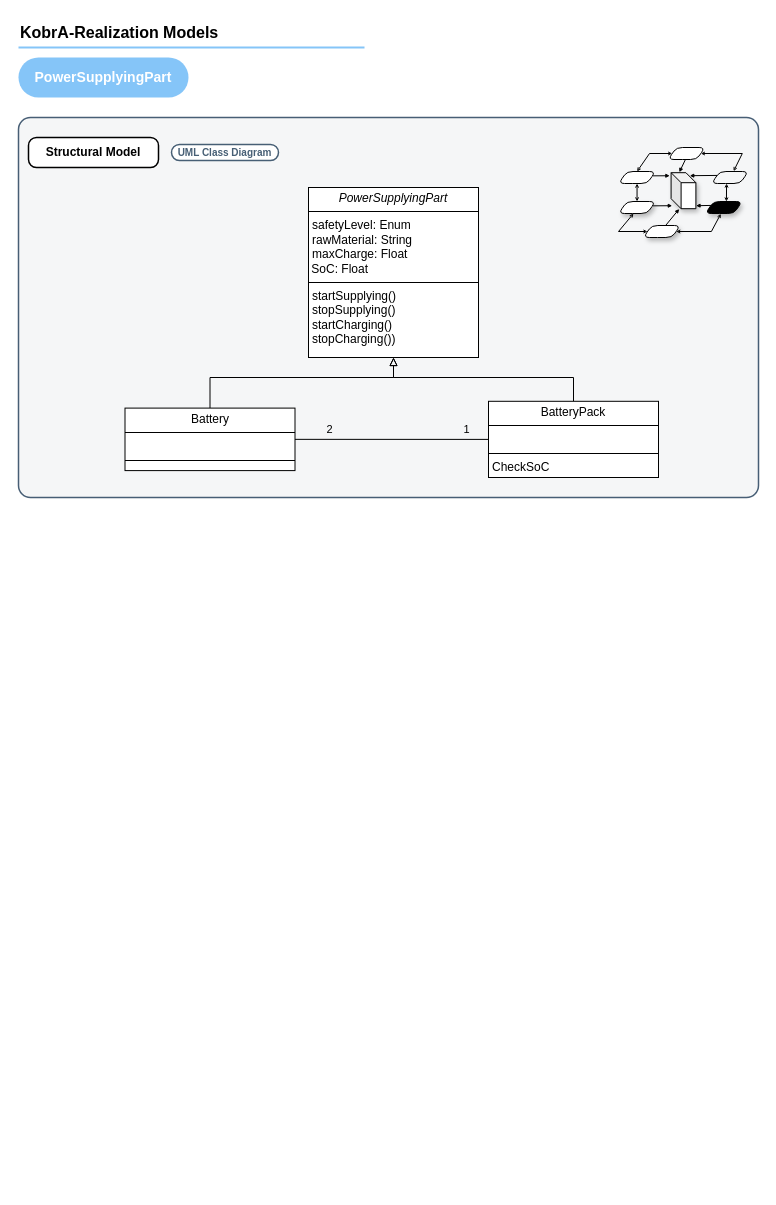
Mohammad-Si/convide-A02-MVE keeps this draw.io diagram as KobrA-Realization-Models-PowerSupplyingPart-v3.drawio. Above is the earlier version. Source tidied: cells renumbered, new cells numbered last; positions are measured from the earlier drawing's top-left corner, leaving out a move shared by most shapes. Both pictures are drawn from the tidied source at 100%, with x=0, y=0 at pixel (18, 17).
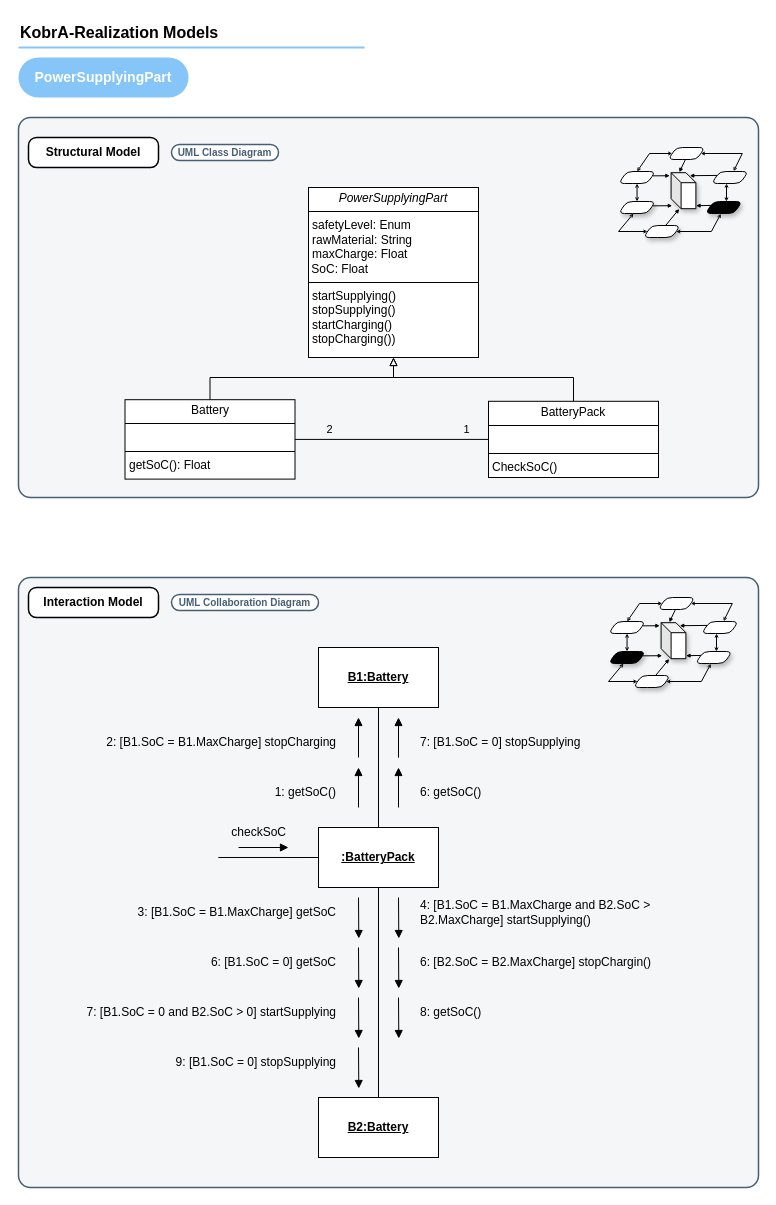
After the change.

Diff of the diagram source:
```diff
@@
-    <mxCell id="34" value="&lt;p style=&quot;margin:0px;margin-top:4px;text-align:center;&quot;&gt;&lt;span style=&quot;background-color: transparent; color: light-dark(rgb(0, 0, 0), rgb(255, 255, 255));&quot;&gt;BatteryPack&lt;/span&gt;&lt;/p&gt;&lt;hr size=&quot;1&quot; style=&quot;border-style:solid;&quot;&gt;&lt;p style=&quot;margin: 0px 0px 0px 4px;&quot;&gt;&lt;br&gt;&lt;/p&gt;&lt;hr style=&quot;border-style: solid;&quot; size=&quot;1&quot;&gt;&lt;p style=&quot;margin: 0px 0px 0px 4px;&quot;&gt;&lt;span style=&quot;background-color: transparent; color: light-dark(rgb(0, 0, 0), rgb(255, 255, 255));&quot;&gt;CheckSoC&lt;/span&gt;&lt;/p&gt;" style="verticalAlign=top;align=left;overflow=fill;html=1;whiteSpace=wrap;rounded=0;" parent="1" vertex="1">
+    <mxCell id="34" value="&lt;p style=&quot;margin:0px;margin-top:4px;text-align:center;&quot;&gt;&lt;span style=&quot;background-color: transparent; color: light-dark(rgb(0, 0, 0), rgb(255, 255, 255));&quot;&gt;BatteryPack&lt;/span&gt;&lt;/p&gt;&lt;hr size=&quot;1&quot; style=&quot;border-style:solid;&quot;&gt;&lt;p style=&quot;margin: 0px 0px 0px 4px;&quot;&gt;&lt;br&gt;&lt;/p&gt;&lt;hr style=&quot;border-style: solid;&quot; size=&quot;1&quot;&gt;&lt;p style=&quot;margin: 0px 0px 0px 4px;&quot;&gt;&lt;span style=&quot;background-color: transparent; color: light-dark(rgb(0, 0, 0), rgb(255, 255, 255));&quot;&gt;CheckSoC()&lt;/span&gt;&lt;/p&gt;" style="verticalAlign=top;align=left;overflow=fill;html=1;whiteSpace=wrap;rounded=0;" parent="1" vertex="1">
       <mxGeometry x="470" y="383.8" width="170" height="76.2" as="geometry" />
     </mxCell>
@@
-    <mxCell id="36" value="&lt;p style=&quot;margin:0px;margin-top:4px;text-align:center;&quot;&gt;Battery&lt;/p&gt;&lt;hr size=&quot;1&quot; style=&quot;border-style:solid;&quot;&gt;&lt;p style=&quot;margin:0px;margin-left:4px;&quot;&gt;&lt;br&gt;&lt;/p&gt;&lt;hr style=&quot;border-style: solid;&quot; size=&quot;1&quot;&gt;&lt;p style=&quot;margin: 0px 0px 0px 4px;&quot;&gt;&lt;br&gt;&lt;/p&gt;" style="verticalAlign=top;align=left;overflow=fill;html=1;whiteSpace=wrap;rounded=0;" parent="1" vertex="1">
-      <mxGeometry x="106.5" y="390.6" width="170" height="62.5" as="geometry" />
+    <mxCell id="36" value="&lt;p style=&quot;margin:0px;margin-top:4px;text-align:center;&quot;&gt;Battery&lt;/p&gt;&lt;hr size=&quot;1&quot; style=&quot;border-style:solid;&quot;&gt;&lt;p style=&quot;margin:0px;margin-left:4px;&quot;&gt;&lt;br&gt;&lt;/p&gt;&lt;hr style=&quot;border-style: solid;&quot; size=&quot;1&quot;&gt;&lt;p style=&quot;margin: 0px 0px 0px 4px;&quot;&gt;getSoC(): Float&lt;/p&gt;" style="verticalAlign=top;align=left;overflow=fill;html=1;whiteSpace=wrap;rounded=0;" parent="1" vertex="1">
+      <mxGeometry x="106.5" y="382.2" width="170" height="79.4" as="geometry" />
     </mxCell>
@@
+    <mxCell id="38" style="rounded=1;whiteSpace=wrap;html=1;strokeColor=#475E75;fillColor=#F5F6F7;arcSize=24;absoluteArcSize=1;imageWidth=64;imageHeight=64;strokeWidth=1.5;" parent="1" vertex="1">
+      <mxGeometry y="560" width="740" height="610" as="geometry" />
+    </mxCell>
+    <mxCell id="39" value="&lt;b&gt;Interaction Model&lt;/b&gt;" style="rounded=1;whiteSpace=wrap;html=1;strokeWidth=1.5;arcSize=16;perimeterSpacing=0;absoluteArcSize=1;" parent="1" vertex="1">
+      <mxGeometry x="10" y="570" width="130" height="30" as="geometry" />
+    </mxCell>
+    <mxCell id="40" style="group;glass=0;shadow=0;" parent="1" vertex="1">
+      <mxGeometry x="590" y="580" width="130" height="90" as="geometry" />
+    </mxCell>
+    <mxCell id="41" style="shape=parallelogram;html=1;strokeWidth=1;perimeter=parallelogramPerimeter;whiteSpace=wrap;rounded=1;arcSize=12;size=0.23;shadow=0;" parent="40" vertex="1">
+      <mxGeometry x="92.9" y="24" width="37.1" height="12" as="geometry" />
+    </mxCell>
+    <mxCell id="42" style="shape=parallelogram;html=1;strokeWidth=1;perimeter=parallelogramPerimeter;whiteSpace=wrap;rounded=1;arcSize=12;size=0.23;shadow=0;" parent="40" vertex="1">
+      <mxGeometry x="49.5" width="37.1" height="12" as="geometry" />
+    </mxCell>
+    <mxCell id="43" style="shape=parallelogram;html=1;strokeWidth=1;perimeter=parallelogramPerimeter;whiteSpace=wrap;rounded=1;arcSize=12;size=0.23;shadow=0;" parent="40" vertex="1">
+      <mxGeometry y="24" width="37.1" height="12" as="geometry" />
+    </mxCell>
+    <mxCell id="44" style="edgeStyle=isometricEdgeStyle;endArrow=none;html=1;elbow=vertical;rounded=0;entryX=1;entryY=0.5;entryDx=0;entryDy=0;exitX=1;exitY=0.5;exitDx=0;exitDy=0;" parent="40" edge="1" source="42" target="42">
+      <mxGeometry relative="1" as="geometry" />
+    </mxCell>
+    <mxCell id="45" style="endArrow=open;html=1;rounded=0;endSize=2;entryX=1;entryY=0.5;entryDx=0;entryDy=0;exitX=0.598;exitY=-0.024;exitDx=0;exitDy=0;exitPerimeter=0;startArrow=open;startFill=0;endFill=0;startSize=2;" parent="40" edge="1" source="41" target="42">
+      <mxGeometry relative="1" as="geometry">
+        <Array as="points">
+          <mxPoint x="123.8" y="6" />
+        </Array>
+      </mxGeometry>
+    </mxCell>
+    <mxCell id="46" style="endArrow=open;html=1;rounded=0;endSize=2;entryX=0;entryY=0.5;entryDx=0;entryDy=0;exitX=0.5;exitY=0;exitDx=0;exitDy=0;strokeColor=default;align=center;verticalAlign=middle;fontFamily=Helvetica;fontSize=11;fontColor=default;labelBackgroundColor=default;startArrow=open;startFill=0;startSize=2;endFill=0;" parent="40" edge="1" source="43" target="42">
+      <mxGeometry relative="1" as="geometry">
+        <Array as="points">
+          <mxPoint x="31" y="6" />
+        </Array>
+      </mxGeometry>
+    </mxCell>
+    <mxCell id="47" style="shape=cube;whiteSpace=wrap;html=1;boundedLbl=1;backgroundOutline=1;darkOpacity=0.05;darkOpacity2=0.1;size=10;shadow=1;" parent="40" vertex="1">
+      <mxGeometry x="52.6" y="25.2" width="24.8" height="36" as="geometry" />
+    </mxCell>
+    <mxCell id="48" style="endArrow=block;html=1;rounded=0;exitX=0.475;exitY=0.969;exitDx=0;exitDy=0;exitPerimeter=0;entryX=0.332;entryY=-0.012;entryDx=0;entryDy=0;entryPerimeter=0;endSize=2;strokeColor=default;align=center;verticalAlign=middle;fontFamily=Helvetica;fontSize=11;fontColor=default;labelBackgroundColor=default;endFill=1;" parent="40" edge="1" source="42" target="47">
+      <mxGeometry relative="1" as="geometry" />
+    </mxCell>
+    <mxCell id="49" style="endArrow=block;html=1;rounded=0;exitX=0;exitY=0.25;exitDx=0;exitDy=0;entryX=0.753;entryY=0.083;entryDx=0;entryDy=0;entryPerimeter=0;endSize=2;strokeColor=default;align=center;verticalAlign=middle;fontFamily=Helvetica;fontSize=11;fontColor=default;labelBackgroundColor=default;endFill=1;" parent="40" edge="1" source="41" target="47">
+      <mxGeometry relative="1" as="geometry" />
+    </mxCell>
+    <mxCell id="50" style="endArrow=block;html=1;rounded=0;exitX=0.93;exitY=0.361;exitDx=0;exitDy=0;entryX=-0.052;entryY=0.085;entryDx=0;entryDy=0;entryPerimeter=0;endSize=2;exitPerimeter=0;endFill=1;" parent="40" edge="1" source="43" target="47">
+      <mxGeometry relative="1" as="geometry" />
+    </mxCell>
+    <mxCell id="51" style="shape=parallelogram;html=1;strokeWidth=1;perimeter=parallelogramPerimeter;whiteSpace=wrap;rounded=1;arcSize=12;size=0.23;shadow=1;fillColor=#FFFFFF;" parent="40" vertex="1">
+      <mxGeometry x="86.7" y="54" width="37.1" height="12" as="geometry" />
+    </mxCell>
+    <mxCell id="52" style="shape=parallelogram;html=1;strokeWidth=1;perimeter=parallelogramPerimeter;whiteSpace=wrap;rounded=1;arcSize=12;size=0.23;shadow=1;" parent="40" vertex="1">
+      <mxGeometry x="24.8" y="78" width="37.1" height="12" as="geometry" />
+    </mxCell>
+    <mxCell id="53" style="shape=parallelogram;html=1;strokeWidth=1;perimeter=parallelogramPerimeter;whiteSpace=wrap;rounded=1;arcSize=12;size=0.23;shadow=1;fillColor=#000000;" parent="40" vertex="1">
+      <mxGeometry y="54" width="37.1" height="12" as="geometry" />
+    </mxCell>
+    <mxCell id="54" style="edgeStyle=isometricEdgeStyle;endArrow=none;html=1;elbow=vertical;rounded=0;entryX=1;entryY=0.5;entryDx=0;entryDy=0;exitX=1;exitY=0.5;exitDx=0;exitDy=0;" parent="40" edge="1" source="52" target="52">
+      <mxGeometry relative="1" as="geometry" />
+    </mxCell>
+    <mxCell id="55" style="endArrow=open;html=1;rounded=0;endSize=2;entryX=1;entryY=0.5;entryDx=0;entryDy=0;exitX=0.421;exitY=1.024;exitDx=0;exitDy=0;exitPerimeter=0;strokeColor=default;align=center;verticalAlign=middle;fontFamily=Helvetica;fontSize=11;fontColor=default;labelBackgroundColor=default;startArrow=open;startFill=0;startSize=2;endFill=0;" parent="40" edge="1" source="51" target="52">
+      <mxGeometry relative="1" as="geometry">
+        <Array as="points">
+          <mxPoint x="92.9" y="84" />
+        </Array>
+      </mxGeometry>
+    </mxCell>
+    <mxCell id="56" style="endArrow=open;html=1;rounded=0;endSize=2;entryX=0;entryY=0.5;entryDx=0;entryDy=0;exitX=0.405;exitY=1.002;exitDx=0;exitDy=0;exitPerimeter=0;strokeColor=default;align=center;verticalAlign=middle;fontFamily=Helvetica;fontSize=11;fontColor=default;labelBackgroundColor=default;startArrow=open;startFill=0;startSize=2;endFill=0;" parent="40" edge="1" source="53" target="52">
+      <mxGeometry relative="1" as="geometry">
+        <Array as="points">
+          <mxPoint y="84" />
+        </Array>
+      </mxGeometry>
+    </mxCell>
+    <mxCell id="57" style="endArrow=block;html=1;rounded=0;exitX=0.605;exitY=-0.013;exitDx=0;exitDy=0;exitPerimeter=0;entryX=0.326;entryY=1.008;entryDx=0;entryDy=0;entryPerimeter=0;endSize=2;strokeColor=default;align=center;verticalAlign=middle;fontFamily=Helvetica;fontSize=11;fontColor=default;labelBackgroundColor=default;endFill=1;" parent="40" edge="1" source="52" target="47">
+      <mxGeometry relative="1" as="geometry" />
+    </mxCell>
+    <mxCell id="58" style="endArrow=block;html=1;rounded=0;exitX=0;exitY=0.25;exitDx=0;exitDy=0;endSize=2;entryX=1.006;entryY=0.917;entryDx=0;entryDy=0;entryPerimeter=0;strokeColor=default;align=center;verticalAlign=middle;fontFamily=Helvetica;fontSize=11;fontColor=default;labelBackgroundColor=default;endFill=1;" parent="40" edge="1" source="51" target="47">
+      <mxGeometry relative="1" as="geometry" />
+    </mxCell>
+    <mxCell id="59" style="endArrow=block;html=1;rounded=0;exitX=0.93;exitY=0.361;exitDx=0;exitDy=0;entryX=0.047;entryY=0.917;entryDx=0;entryDy=0;entryPerimeter=0;endSize=2;exitPerimeter=0;strokeColor=default;align=center;verticalAlign=middle;fontFamily=Helvetica;fontSize=11;fontColor=default;labelBackgroundColor=default;endFill=1;" parent="40" edge="1" source="53" target="47">
+      <mxGeometry relative="1" as="geometry" />
+    </mxCell>
+    <mxCell id="60" style="endArrow=open;startArrow=open;html=1;rounded=0;entryX=0.5;entryY=1;entryDx=0;entryDy=0;exitX=0.5;exitY=0;exitDx=0;exitDy=0;endSize=2;startSize=2;startFill=0;endFill=0;" parent="40" edge="1" source="53" target="43">
+      <mxGeometry relative="1" as="geometry" />
+    </mxCell>
+    <mxCell id="61" style="endArrow=open;startArrow=open;html=1;rounded=0;entryX=0.409;entryY=0.996;entryDx=0;entryDy=0;exitX=0.572;exitY=0.009;exitDx=0;exitDy=0;endSize=2;startSize=2;startFill=0;endFill=0;entryPerimeter=0;exitPerimeter=0;" parent="40" edge="1" source="51" target="41">
+      <mxGeometry relative="1" as="geometry" />
+    </mxCell>
+    <mxCell id="62" value="&lt;font size=&quot;1&quot; color=&quot;#475f75&quot;&gt;&lt;b style=&quot;&quot;&gt;UML Collaboration Diagram&lt;/b&gt;&lt;/font&gt;" style="rounded=1;whiteSpace=wrap;html=1;arcSize=50;strokeColor=#475f75;fillColor=default;strokeWidth=1.5;" parent="1" vertex="1">
+      <mxGeometry x="153" y="577" width="147" height="16" as="geometry" />
+    </mxCell>
+    <mxCell id="63" style="edgeStyle=orthogonalEdgeStyle;rounded=0;jettySize=auto;html=1;exitX=0.5;exitY=1;exitDx=0;exitDy=0;entryX=0.5;entryY=0;entryDx=0;entryDy=0;endArrow=none;endFill=0;" parent="1" edge="1" source="64" target="67">
+      <mxGeometry relative="1" as="geometry" />
+    </mxCell>
+    <mxCell id="64" value="&lt;b&gt;&lt;u&gt;:BatteryPack&lt;/u&gt;&lt;/b&gt;" style="rounded=0;whiteSpace=wrap;html=1;" parent="1" vertex="1">
+      <mxGeometry x="300" y="810" width="120" height="60" as="geometry" />
+    </mxCell>
+    <mxCell id="65" style="edgeStyle=orthogonalEdgeStyle;rounded=0;jettySize=auto;html=1;exitX=0.5;exitY=1;exitDx=0;exitDy=0;entryX=0.5;entryY=0;entryDx=0;entryDy=0;endArrow=none;endFill=0;" parent="1" edge="1" source="66" target="64">
+      <mxGeometry relative="1" as="geometry" />
+    </mxCell>
+    <mxCell id="66" value="&lt;b&gt;&lt;u&gt;B1:Battery&lt;/u&gt;&lt;/b&gt;" style="rounded=0;whiteSpace=wrap;html=1;" parent="1" vertex="1">
+      <mxGeometry x="300" y="630" width="120" height="60" as="geometry" />
+    </mxCell>
+    <mxCell id="67" value="&lt;b&gt;&lt;u&gt;B2:Battery&lt;/u&gt;&lt;/b&gt;" style="rounded=0;whiteSpace=wrap;html=1;strokeColor=default;align=center;verticalAlign=middle;fontFamily=Helvetica;fontSize=12;fontColor=default;fillColor=default;" parent="1" vertex="1">
+      <mxGeometry x="300" y="1080" width="120" height="60" as="geometry" />
+    </mxCell>
+    <mxCell id="68" style="endArrow=block;html=1;rounded=0;entryX=0.554;entryY=0.262;entryDx=0;entryDy=0;entryPerimeter=0;endFill=1;" parent="1" edge="1">
+      <mxGeometry relative="1" as="geometry">
+        <mxPoint x="380" y="740.2" as="sourcePoint" />
+        <mxPoint x="380" y="700" as="targetPoint" />
+      </mxGeometry>
+    </mxCell>
+    <mxCell id="69" style="endArrow=block;html=1;rounded=0;entryX=0.554;entryY=0.262;entryDx=0;entryDy=0;entryPerimeter=0;endFill=1;" parent="1" edge="1">
+      <mxGeometry relative="1" as="geometry">
+        <mxPoint x="340" y="740" as="sourcePoint" />
+        <mxPoint x="340" y="700" as="targetPoint" />
+      </mxGeometry>
+    </mxCell>
+    <mxCell id="70" style="endArrow=block;html=1;rounded=0;entryX=0.554;entryY=0.262;entryDx=0;entryDy=0;entryPerimeter=0;endFill=1;" parent="1" edge="1">
+      <mxGeometry relative="1" as="geometry">
+        <mxPoint x="380" y="790" as="sourcePoint" />
+        <mxPoint x="380" y="750" as="targetPoint" />
+      </mxGeometry>
+    </mxCell>
+    <mxCell id="71" style="endArrow=block;html=1;rounded=0;entryX=0.554;entryY=0.262;entryDx=0;entryDy=0;entryPerimeter=0;endFill=1;" parent="1" edge="1">
+      <mxGeometry relative="1" as="geometry">
+        <mxPoint x="340" y="790" as="sourcePoint" />
+        <mxPoint x="340" y="750" as="targetPoint" />
+      </mxGeometry>
+    </mxCell>
+    <mxCell id="72" style="endArrow=block;html=1;rounded=0;entryX=0.568;entryY=0.377;entryDx=0;entryDy=0;entryPerimeter=0;endFill=1;" parent="1" edge="1">
+      <mxGeometry relative="1" as="geometry">
+        <mxPoint x="380" y="880" as="sourcePoint" />
+        <mxPoint x="380.3" y="921" as="targetPoint" />
+      </mxGeometry>
+    </mxCell>
+    <mxCell id="73" style="endArrow=block;html=1;rounded=0;entryX=0.568;entryY=0.377;entryDx=0;entryDy=0;entryPerimeter=0;endFill=1;" parent="1" edge="1">
+      <mxGeometry relative="1" as="geometry">
+        <mxPoint x="340" y="880" as="sourcePoint" />
+        <mxPoint x="340.3" y="921" as="targetPoint" />
+      </mxGeometry>
+    </mxCell>
+    <mxCell id="74" style="endArrow=block;html=1;rounded=0;entryX=0.568;entryY=0.377;entryDx=0;entryDy=0;entryPerimeter=0;endFill=1;" parent="1" edge="1">
+      <mxGeometry relative="1" as="geometry">
+        <mxPoint x="380" y="930" as="sourcePoint" />
+        <mxPoint x="380.3" y="971" as="targetPoint" />
+      </mxGeometry>
+    </mxCell>
+    <mxCell id="75" style="endArrow=block;html=1;rounded=0;entryX=0.568;entryY=0.377;entryDx=0;entryDy=0;entryPerimeter=0;endFill=1;" parent="1" edge="1">
+      <mxGeometry relative="1" as="geometry">
+        <mxPoint x="340" y="930" as="sourcePoint" />
+        <mxPoint x="340.3" y="971" as="targetPoint" />
+      </mxGeometry>
+    </mxCell>
+    <mxCell id="76" style="endArrow=block;html=1;rounded=0;entryX=0.568;entryY=0.377;entryDx=0;entryDy=0;entryPerimeter=0;endFill=1;" parent="1" edge="1">
+      <mxGeometry relative="1" as="geometry">
+        <mxPoint x="380" y="980" as="sourcePoint" />
+        <mxPoint x="380.3" y="1021" as="targetPoint" />
+      </mxGeometry>
+    </mxCell>
+    <mxCell id="77" style="endArrow=block;html=1;rounded=0;entryX=0.568;entryY=0.377;entryDx=0;entryDy=0;entryPerimeter=0;endFill=1;" parent="1" edge="1">
+      <mxGeometry relative="1" as="geometry">
+        <mxPoint x="340" y="980" as="sourcePoint" />
+        <mxPoint x="340.3" y="1021" as="targetPoint" />
+      </mxGeometry>
+    </mxCell>
+    <mxCell id="78" style="endArrow=block;html=1;rounded=0;entryX=0.568;entryY=0.377;entryDx=0;entryDy=0;entryPerimeter=0;endFill=1;fontStyle=1;" parent="1" edge="1">
+      <mxGeometry relative="1" as="geometry">
+        <mxPoint x="340" y="1030" as="sourcePoint" />
+        <mxPoint x="340.3" y="1071" as="targetPoint" />
+      </mxGeometry>
+    </mxCell>
+    <mxCell id="79" style="endArrow=none;html=1;rounded=0;entryX=0;entryY=0.5;entryDx=0;entryDy=0;endFill=0;exitX=0.27;exitY=0.459;exitDx=0;exitDy=0;exitPerimeter=0;" parent="1" edge="1" source="38" target="64">
+      <mxGeometry relative="1" as="geometry" />
+    </mxCell>
+    <mxCell id="80" style="endArrow=block;html=1;rounded=0;entryX=0.568;entryY=0.377;entryDx=0;entryDy=0;entryPerimeter=0;endFill=1;" parent="1" edge="1">
+      <mxGeometry relative="1" as="geometry">
+        <mxPoint x="220" y="830" as="sourcePoint" />
+        <mxPoint x="270" y="830" as="targetPoint" />
+      </mxGeometry>
+    </mxCell>
+    <mxCell id="81" value="1: getSoC()" style="text;html=1;align=right;verticalAlign=middle;whiteSpace=wrap;rounded=0;" parent="1" vertex="1">
+      <mxGeometry x="250" y="760" width="70" height="30" as="geometry" />
+    </mxCell>
+    <mxCell id="82" value="2: [B1.SoC = B1.MaxCharge] stopCharging" style="text;html=1;align=right;verticalAlign=middle;whiteSpace=wrap;rounded=0;" parent="1" vertex="1">
+      <mxGeometry x="80" y="710" width="240" height="30" as="geometry" />
+    </mxCell>
+    <mxCell id="83" value="6: getSoC()" style="text;html=1;align=left;verticalAlign=middle;whiteSpace=wrap;rounded=0;" parent="1" vertex="1">
+      <mxGeometry x="400" y="760" width="70" height="30" as="geometry" />
+    </mxCell>
+    <mxCell id="84" value="7: [B1.SoC = 0] stopSupplying" style="text;html=1;align=left;verticalAlign=middle;whiteSpace=wrap;rounded=0;" parent="1" vertex="1">
+      <mxGeometry x="400" y="710" width="180" height="30" as="geometry" />
+    </mxCell>
+    <mxCell id="85" value="checkSoC" style="text;html=1;align=right;verticalAlign=middle;whiteSpace=wrap;rounded=0;" parent="1" vertex="1">
+      <mxGeometry x="200" y="800" width="70" height="30" as="geometry" />
+    </mxCell>
+    <mxCell id="86" value="3: [B1.SoC = B1.MaxCharge] getSoC" style="text;html=1;align=right;verticalAlign=middle;whiteSpace=wrap;rounded=0;" parent="1" vertex="1">
+      <mxGeometry x="110" y="880" width="210" height="30" as="geometry" />
+    </mxCell>
+    <mxCell id="87" value="6: [B1.SoC = 0] getSoC" style="text;html=1;align=right;verticalAlign=middle;whiteSpace=wrap;rounded=0;" parent="1" vertex="1">
+      <mxGeometry x="110" y="930" width="210" height="30" as="geometry" />
+    </mxCell>
+    <mxCell id="88" value="7: [B1.SoC = 0 and B2.SoC &amp;gt; 0] startSupplying" style="text;html=1;align=right;verticalAlign=middle;whiteSpace=wrap;rounded=0;" parent="1" vertex="1">
+      <mxGeometry x="30" y="980" width="290" height="30" as="geometry" />
+    </mxCell>
+    <mxCell id="89" value="9: [B1.SoC = 0] stopSupplying" style="text;html=1;align=right;verticalAlign=middle;whiteSpace=wrap;rounded=0;" parent="1" vertex="1">
+      <mxGeometry x="110" y="1030" width="210" height="30" as="geometry" />
+    </mxCell>
+    <mxCell id="90" value="4:&amp;nbsp;&lt;span style=&quot;text-align: right;&quot;&gt;[B1.SoC = B1.MaxCharge and B2.SoC &amp;gt; B2.&lt;/span&gt;&lt;span style=&quot;text-align: right;&quot;&gt;MaxCharge&lt;/span&gt;&lt;span style=&quot;text-align: right;&quot;&gt;] startSupplying()&lt;/span&gt;" style="text;html=1;align=left;verticalAlign=middle;whiteSpace=wrap;rounded=0;" parent="1" vertex="1">
+      <mxGeometry x="400" y="880" width="290" height="30" as="geometry" />
+    </mxCell>
+    <mxCell id="91" value="6: [B2.SoC = B2.MaxCharge] stopChargin()" style="text;html=1;align=left;verticalAlign=middle;whiteSpace=wrap;rounded=0;" parent="1" vertex="1">
+      <mxGeometry x="400" y="930" width="240" height="30" as="geometry" />
+    </mxCell>
+    <mxCell id="92" value="8: getSoC()" style="text;html=1;align=left;verticalAlign=middle;whiteSpace=wrap;rounded=0;" parent="1" vertex="1">
+      <mxGeometry x="400" y="980" width="70" height="30" as="geometry" />
+    </mxCell>
```
